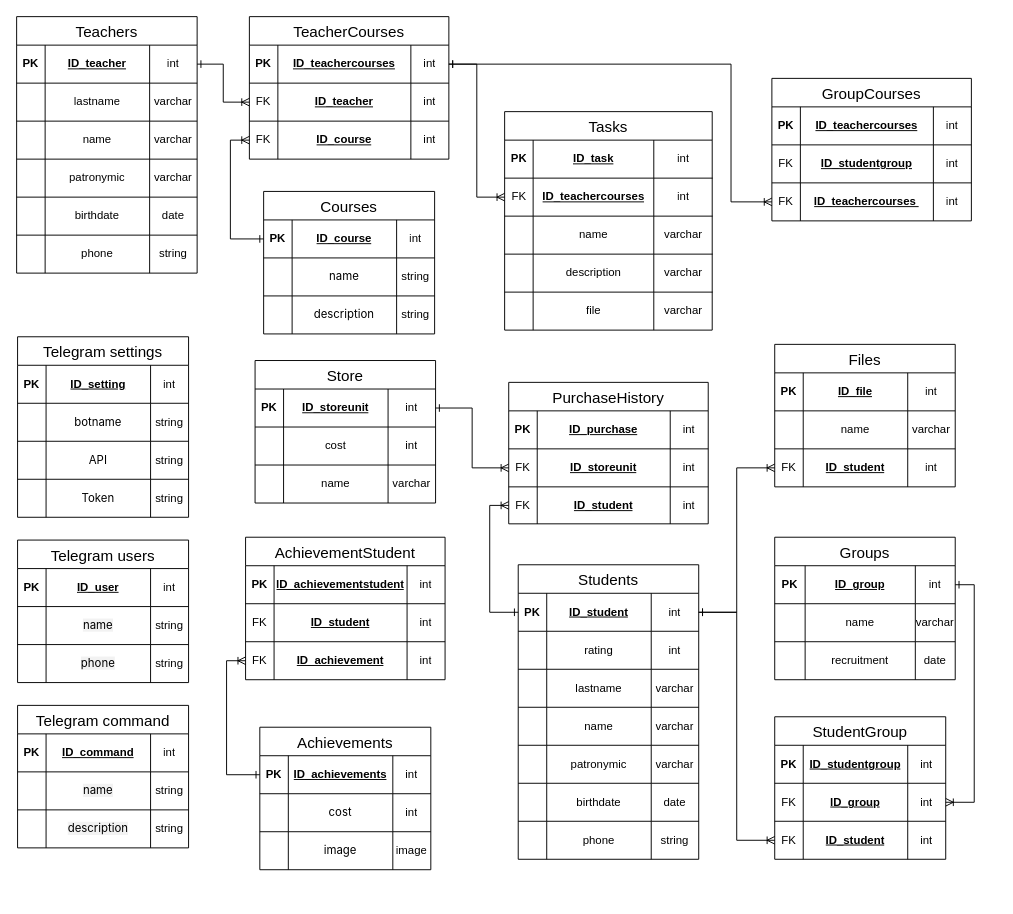
This is Документация/ER-диаграммаПлюсик.drawio from LerkaIssy/Plyusik, a draw.io file, before an edit. Source tidied: cells renumbered, new cells numbered last; positions are measured from the earlier drawing's top-left corner, leaving out a move shared by most shapes. Both pictures are drawn from the tidied source at 95%, with x=0, y=0 at pixel (16, 16).
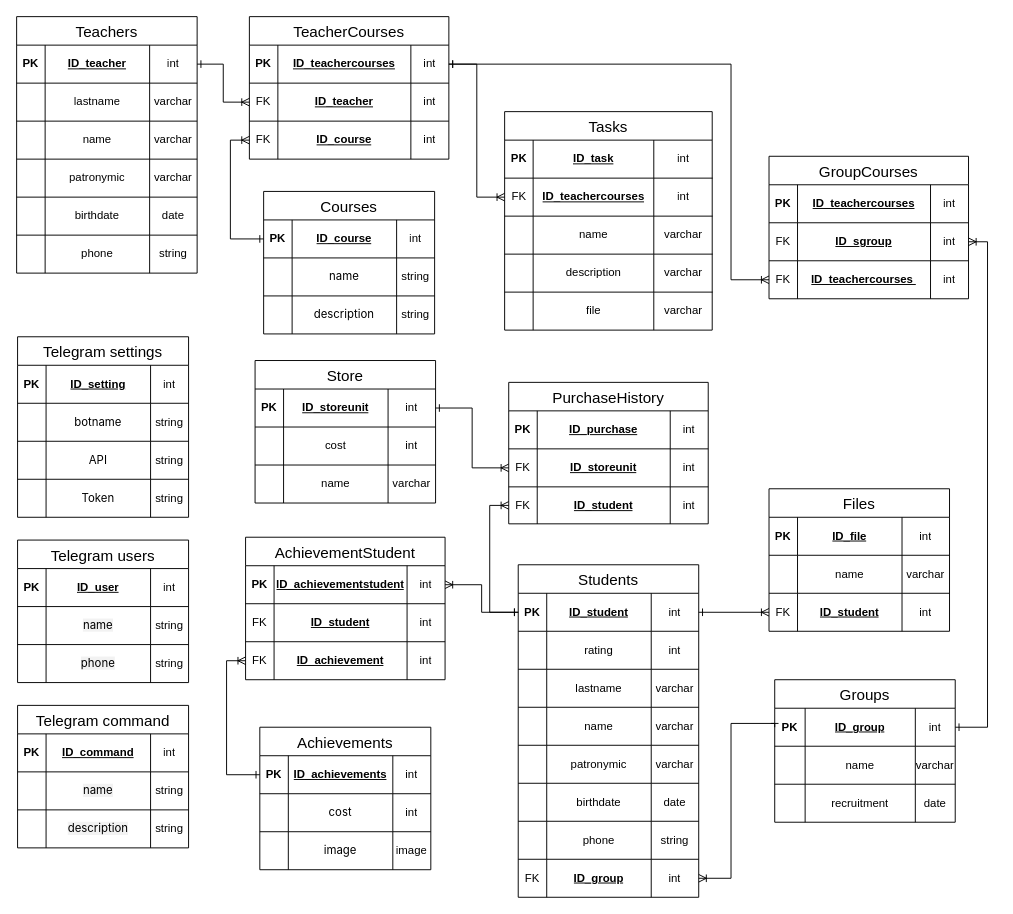
Above is the later version.

Commit message:
Обновление ER-диаграммы

Unchanged cells that the change refers to:
```xml
<mxCell id="41" style="shape=tableRow;horizontal=0;startSize=0;swimlaneHead=0;swimlaneBody=0;strokeColor=inherit;top=0;left=0;bottom=0;right=0;fillColor=none;points=[[0,0.5],[1,0.5]];portConstraint=eastwest;fontSize=12;" parent="40" vertex="1">
  <mxGeometry y="30" width="210" height="40" as="geometry" />
</mxCell>
<mxCell id="123" style="shape=tableRow;horizontal=0;startSize=0;swimlaneHead=0;swimlaneBody=0;strokeColor=inherit;top=0;left=0;bottom=0;right=0;fillColor=none;points=[[0,0.5],[1,0.5]];portConstraint=eastwest;fontSize=12;" parent="122" vertex="1">
  <mxGeometry y="30" width="190" height="40" as="geometry" />
</mxCell>
<mxCell id="165" style="shape=tableRow;horizontal=0;startSize=0;swimlaneHead=0;swimlaneBody=0;strokeColor=inherit;top=0;left=0;bottom=0;right=0;fillColor=none;points=[[0,0.5],[1,0.5]];portConstraint=eastwest;fontSize=12;" parent="164" vertex="1">
  <mxGeometry y="30" width="190" height="40" as="geometry" />
</mxCell>
<mxCell id="204" style="shape=tableRow;horizontal=0;startSize=0;swimlaneHead=0;swimlaneBody=0;strokeColor=inherit;top=0;left=0;bottom=0;right=0;fillColor=none;points=[[0,0.5],[1,0.5]];portConstraint=eastwest;fontSize=12;" parent="203" vertex="1">
  <mxGeometry y="30" width="210" height="40" as="geometry" />
</mxCell>
<mxCell id="221" style="shape=tableRow;horizontal=0;startSize=0;swimlaneHead=0;swimlaneBody=0;strokeColor=inherit;top=0;left=0;bottom=0;right=0;fillColor=none;points=[[0,0.5],[1,0.5]];portConstraint=eastwest;fontSize=12;" parent="216" vertex="1">
  <mxGeometry y="70" width="210" height="40" as="geometry" />
</mxCell>
<mxCell id="225" style="shape=tableRow;horizontal=0;startSize=0;swimlaneHead=0;swimlaneBody=0;strokeColor=inherit;top=0;left=0;bottom=0;right=0;fillColor=none;points=[[0,0.5],[1,0.5]];portConstraint=eastwest;fontSize=12;" parent="216" vertex="1">
  <mxGeometry y="110" width="210" height="40" as="geometry" />
</mxCell>
```

Change to the diagram source:
```diff
@@
     <mxCell id="122" value="Students" style="shape=table;startSize=30;childLayout=tableLayout;strokeColor=default;fontSize=16;" parent="1" vertex="1">
-      <mxGeometry x="528" y="577" width="190" height="310" as="geometry" />
+      <mxGeometry x="528" y="577" width="190" height="350" as="geometry" />
     </mxCell>
@@
+    <mxCell id="260" style="shape=tableRow;horizontal=0;startSize=0;swimlaneHead=0;swimlaneBody=0;strokeColor=inherit;top=0;left=0;bottom=0;right=0;fillColor=none;points=[[0,0.5],[1,0.5]];portConstraint=eastwest;fontSize=12;" parent="122" vertex="1">
+      <mxGeometry y="310" width="190" height="40" as="geometry" />
+    </mxCell>
+    <mxCell id="261" value="FK" style="shape=partialRectangle;html=1;whiteSpace=wrap;strokeColor=inherit;overflow=hidden;fillColor=none;top=0;left=0;bottom=0;right=0;fontSize=12;" parent="260" vertex="1">
+      <mxGeometry width="30" height="40" as="geometry" />
+    </mxCell>
+    <mxCell id="184" value="&lt;span style=&quot;text-decoration-line: underline; font-weight: 700; text-align: left;&quot;&gt;ID_&lt;/span&gt;&lt;b&gt;&lt;u&gt;group&lt;/u&gt;&lt;/b&gt;" style="shape=partialRectangle;html=1;whiteSpace=wrap;strokeColor=inherit;overflow=hidden;fillColor=none;top=0;left=0;bottom=0;right=0;fontSize=12;" parent="260" vertex="1">
+      <mxGeometry x="30" width="110" height="40" as="geometry" />
+    </mxCell>
+    <mxCell id="262" value="int" style="shape=partialRectangle;html=1;whiteSpace=wrap;strokeColor=inherit;overflow=hidden;fillColor=none;top=0;left=0;bottom=0;right=0;fontSize=12;" parent="260" vertex="1">
+      <mxGeometry x="140" width="50" height="40" as="geometry" />
+    </mxCell>
     <mxCell id="151" value="Files" style="shape=table;startSize=30;childLayout=tableLayout;strokeColor=default;fontSize=16;" parent="1" vertex="1">
-      <mxGeometry x="798" y="345" width="190" height="150" as="geometry" />
+      <mxGeometry x="792" y="497" width="190" height="150" as="geometry" />
     </mxCell>
@@
     <mxCell id="164" value="Groups" style="shape=table;startSize=30;childLayout=tableLayout;strokeColor=default;fontSize=16;" parent="1" vertex="1">
-      <mxGeometry x="798" y="548" width="190" height="150" as="geometry" />
+      <mxGeometry x="798" y="698" width="190" height="150" as="geometry" />
     </mxCell>
@@
-    <mxCell id="177" value="StudentGroup" style="shape=table;startSize=30;childLayout=tableLayout;strokeColor=default;fontSize=16;" parent="1" vertex="1">
-      <mxGeometry x="798" y="737" width="180" height="150" as="geometry" />
-    </mxCell>
-    <mxCell id="178" style="shape=tableRow;horizontal=0;startSize=0;swimlaneHead=0;swimlaneBody=0;strokeColor=inherit;top=0;left=0;bottom=0;right=0;fillColor=none;fontSize=12;" parent="177" vertex="1">
-      <mxGeometry y="30" width="180" height="40" as="geometry" />
-    </mxCell>
-    <mxCell id="179" value="&lt;span style=&quot;font-weight: 700;&quot;&gt;PK&lt;/span&gt;" style="shape=partialRectangle;html=1;whiteSpace=wrap;strokeColor=inherit;overflow=hidden;fillColor=none;top=0;left=0;bottom=0;right=0;fontSize=12;" parent="178" vertex="1">
-      <mxGeometry width="30" height="40" as="geometry" />
-    </mxCell>
-    <mxCell id="180" value="&lt;span style=&quot;font-weight: 700; text-align: left; text-decoration-line: underline;&quot;&gt;ID_student&lt;/span&gt;&lt;span&gt;&lt;b&gt;&lt;u&gt;group&lt;/u&gt;&lt;/b&gt;&lt;/span&gt;" style="shape=partialRectangle;html=1;whiteSpace=wrap;strokeColor=inherit;overflow=hidden;fillColor=none;top=0;left=0;bottom=0;right=0;fontSize=12;" parent="178" vertex="1">
-      <mxGeometry x="30" width="110" height="40" as="geometry" />
-    </mxCell>
-    <mxCell id="181" value="int" style="shape=partialRectangle;html=1;whiteSpace=wrap;strokeColor=inherit;overflow=hidden;fillColor=none;top=0;left=0;bottom=0;right=0;fontSize=12;" parent="178" vertex="1">
-      <mxGeometry x="140" width="40" height="40" as="geometry" />
-    </mxCell>
-    <mxCell id="182" style="shape=tableRow;horizontal=0;startSize=0;swimlaneHead=0;swimlaneBody=0;strokeColor=inherit;top=0;left=0;bottom=0;right=0;fillColor=none;points=[[0,0.5],[1,0.5]];portConstraint=eastwest;fontSize=12;" parent="177" vertex="1">
-      <mxGeometry y="70" width="180" height="40" as="geometry" />
-    </mxCell>
-    <mxCell id="183" value="FK" style="shape=partialRectangle;html=1;whiteSpace=wrap;strokeColor=inherit;overflow=hidden;fillColor=none;top=0;left=0;bottom=0;right=0;fontSize=12;" parent="182" vertex="1">
-      <mxGeometry width="30" height="40" as="geometry" />
-    </mxCell>
-    <mxCell id="184" value="&lt;span style=&quot;text-decoration-line: underline; font-weight: 700; text-align: left;&quot;&gt;ID_&lt;/span&gt;&lt;span&gt;&lt;b&gt;&lt;u&gt;group&lt;/u&gt;&lt;/b&gt;&lt;/span&gt;" style="shape=partialRectangle;html=1;whiteSpace=wrap;strokeColor=inherit;overflow=hidden;fillColor=none;top=0;left=0;bottom=0;right=0;fontSize=12;" parent="182" vertex="1">
-      <mxGeometry x="30" width="110" height="40" as="geometry" />
-    </mxCell>
-    <mxCell id="185" value="int" style="shape=partialRectangle;html=1;whiteSpace=wrap;strokeColor=inherit;overflow=hidden;fillColor=none;top=0;left=0;bottom=0;right=0;fontSize=12;" parent="182" vertex="1">
-      <mxGeometry x="140" width="40" height="40" as="geometry" />
-    </mxCell>
-    <mxCell id="186" style="shape=tableRow;horizontal=0;startSize=0;swimlaneHead=0;swimlaneBody=0;strokeColor=inherit;top=0;left=0;bottom=0;right=0;fillColor=none;points=[[0,0.5],[1,0.5]];portConstraint=eastwest;fontSize=12;" parent="177" vertex="1">
-      <mxGeometry y="110" width="180" height="40" as="geometry" />
-    </mxCell>
-    <mxCell id="187" value="FK" style="shape=partialRectangle;html=1;whiteSpace=wrap;strokeColor=inherit;overflow=hidden;fillColor=none;top=0;left=0;bottom=0;right=0;fontSize=12;" parent="186" vertex="1">
-      <mxGeometry width="30" height="40" as="geometry" />
-    </mxCell>
-    <mxCell id="188" value="&lt;span style=&quot;font-weight: 700; text-align: left; text-decoration-line: underline;&quot;&gt;ID_student&lt;/span&gt;" style="shape=partialRectangle;html=1;whiteSpace=wrap;strokeColor=inherit;overflow=hidden;fillColor=none;top=0;left=0;bottom=0;right=0;fontSize=12;" parent="186" vertex="1">
-      <mxGeometry x="30" width="110" height="40" as="geometry" />
-    </mxCell>
-    <mxCell id="189" value="int" style="shape=partialRectangle;html=1;whiteSpace=wrap;strokeColor=inherit;overflow=hidden;fillColor=none;top=0;left=0;bottom=0;right=0;fontSize=12;" parent="186" vertex="1">
-      <mxGeometry x="140" width="40" height="40" as="geometry" />
-    </mxCell>
@@
     <mxCell id="216" value="GroupCourses" style="shape=table;startSize=30;childLayout=tableLayout;strokeColor=default;fontSize=16;" parent="1" vertex="1">
-      <mxGeometry x="795" y="65" width="210" height="150" as="geometry" />
+      <mxGeometry x="792" y="147" width="210" height="150" as="geometry" />
     </mxCell>
@@
-    <mxCell id="223" value="&lt;span style=&quot;text-decoration-line: underline; font-weight: 700; text-align: left;&quot;&gt;ID_student&lt;/span&gt;&lt;b&gt;&lt;u&gt;group&lt;/u&gt;&lt;/b&gt;" style="shape=partialRectangle;html=1;whiteSpace=wrap;strokeColor=inherit;overflow=hidden;fillColor=none;top=0;left=0;bottom=0;right=0;fontSize=12;" parent="221" vertex="1">
+    <mxCell id="223" value="&lt;span style=&quot;text-decoration-line: underline; font-weight: 700; text-align: left;&quot;&gt;ID_s&lt;/span&gt;&lt;b&gt;&lt;u&gt;group&lt;/u&gt;&lt;/b&gt;" style="shape=partialRectangle;html=1;whiteSpace=wrap;strokeColor=inherit;overflow=hidden;fillColor=none;top=0;left=0;bottom=0;right=0;fontSize=12;" parent="221" vertex="1">
       <mxGeometry x="30" width="140" height="40" as="geometry" />
     </mxCell>
@@
-    <mxCell id="234" style="edgeStyle=orthogonalEdgeStyle;shape=connector;rounded=0;jettySize=auto;html=1;exitX=1;exitY=0.5;exitDx=0;exitDy=0;entryX=0;entryY=0.5;entryDx=0;entryDy=0;strokeColor=default;align=center;verticalAlign=middle;fontFamily=Helvetica;fontSize=11;fontColor=default;labelBackgroundColor=default;startArrow=ERone;startFill=0;endArrow=ERoneToMany;endFill=0;" parent="1" edge="1" source="204" target="225">
-      <mxGeometry relative="1" as="geometry">
-        <Array as="points">
-          <mxPoint x="752" y="50" />
-          <mxPoint x="752" y="195" />
-        </Array>
-      </mxGeometry>
-    </mxCell>
@@
-    <mxCell id="257" style="edgeStyle=orthogonalEdgeStyle;shape=connector;rounded=0;jettySize=auto;html=1;exitX=1;exitY=0.5;exitDx=0;exitDy=0;entryX=0;entryY=0.5;entryDx=0;entryDy=0;strokeColor=default;align=center;verticalAlign=middle;fontFamily=Helvetica;fontSize=11;fontColor=default;labelBackgroundColor=default;startArrow=ERone;startFill=0;endArrow=ERoneToMany;endFill=0;" parent="1" edge="1" source="123" target="186">
-      <mxGeometry relative="1" as="geometry" />
-    </mxCell>
-    <mxCell id="258" style="edgeStyle=orthogonalEdgeStyle;shape=connector;rounded=0;jettySize=auto;html=1;exitX=1;exitY=0.5;exitDx=0;exitDy=0;entryX=1;entryY=0.5;entryDx=0;entryDy=0;strokeColor=default;align=center;verticalAlign=middle;fontFamily=Helvetica;fontSize=11;fontColor=default;labelBackgroundColor=default;startArrow=ERone;startFill=0;endArrow=ERoneToMany;endFill=0;" parent="1" edge="1" source="165" target="182">
-      <mxGeometry relative="1" as="geometry" />
-    </mxCell>
@@
+    <mxCell id="263" style="edgeStyle=orthogonalEdgeStyle;shape=connector;rounded=0;jettySize=auto;html=1;exitX=0;exitY=0.5;exitDx=0;exitDy=0;entryX=1;entryY=0.5;entryDx=0;entryDy=0;strokeColor=default;align=center;verticalAlign=middle;fontFamily=Helvetica;fontSize=11;fontColor=default;labelBackgroundColor=default;startArrow=ERone;startFill=0;endArrow=ERoneToMany;endFill=0;" parent="1" edge="1" source="165" target="260">
+      <mxGeometry relative="1" as="geometry">
+        <Array as="points">
+          <mxPoint x="752" y="744" />
+          <mxPoint x="752" y="907" />
+        </Array>
+      </mxGeometry>
+    </mxCell>
+    <mxCell id="234" style="edgeStyle=orthogonalEdgeStyle;shape=connector;rounded=0;jettySize=auto;html=1;exitX=1;exitY=0.5;exitDx=0;exitDy=0;entryX=0;entryY=0.5;entryDx=0;entryDy=0;strokeColor=default;align=center;verticalAlign=middle;fontFamily=Helvetica;fontSize=11;fontColor=default;labelBackgroundColor=default;startArrow=ERone;startFill=0;endArrow=ERoneToMany;endFill=0;" parent="1" edge="1" source="204" target="225">
+      <mxGeometry relative="1" as="geometry">
+        <Array as="points">
+          <mxPoint x="752" y="50" />
+          <mxPoint x="752" y="277" />
+        </Array>
+      </mxGeometry>
+    </mxCell>
+    <mxCell id="264" style="edgeStyle=orthogonalEdgeStyle;shape=connector;rounded=0;jettySize=auto;html=1;exitX=1;exitY=0.5;exitDx=0;exitDy=0;entryX=1;entryY=0.5;entryDx=0;entryDy=0;strokeColor=default;align=center;verticalAlign=middle;fontFamily=Helvetica;fontSize=11;fontColor=default;labelBackgroundColor=default;startArrow=ERone;startFill=0;endArrow=ERoneToMany;endFill=0;" parent="1" edge="1" source="165" target="221">
+      <mxGeometry relative="1" as="geometry" />
+    </mxCell>
+    <mxCell id="265" style="edgeStyle=orthogonalEdgeStyle;shape=connector;rounded=0;jettySize=auto;html=1;exitX=0;exitY=0.5;exitDx=0;exitDy=0;entryX=1;entryY=0.5;entryDx=0;entryDy=0;strokeColor=default;align=center;verticalAlign=middle;fontFamily=Helvetica;fontSize=11;fontColor=default;labelBackgroundColor=default;startArrow=ERone;startFill=0;endArrow=ERoneToMany;endFill=0;" parent="1" edge="1" source="123" target="41">
+      <mxGeometry relative="1" as="geometry" />
+    </mxCell>
```
